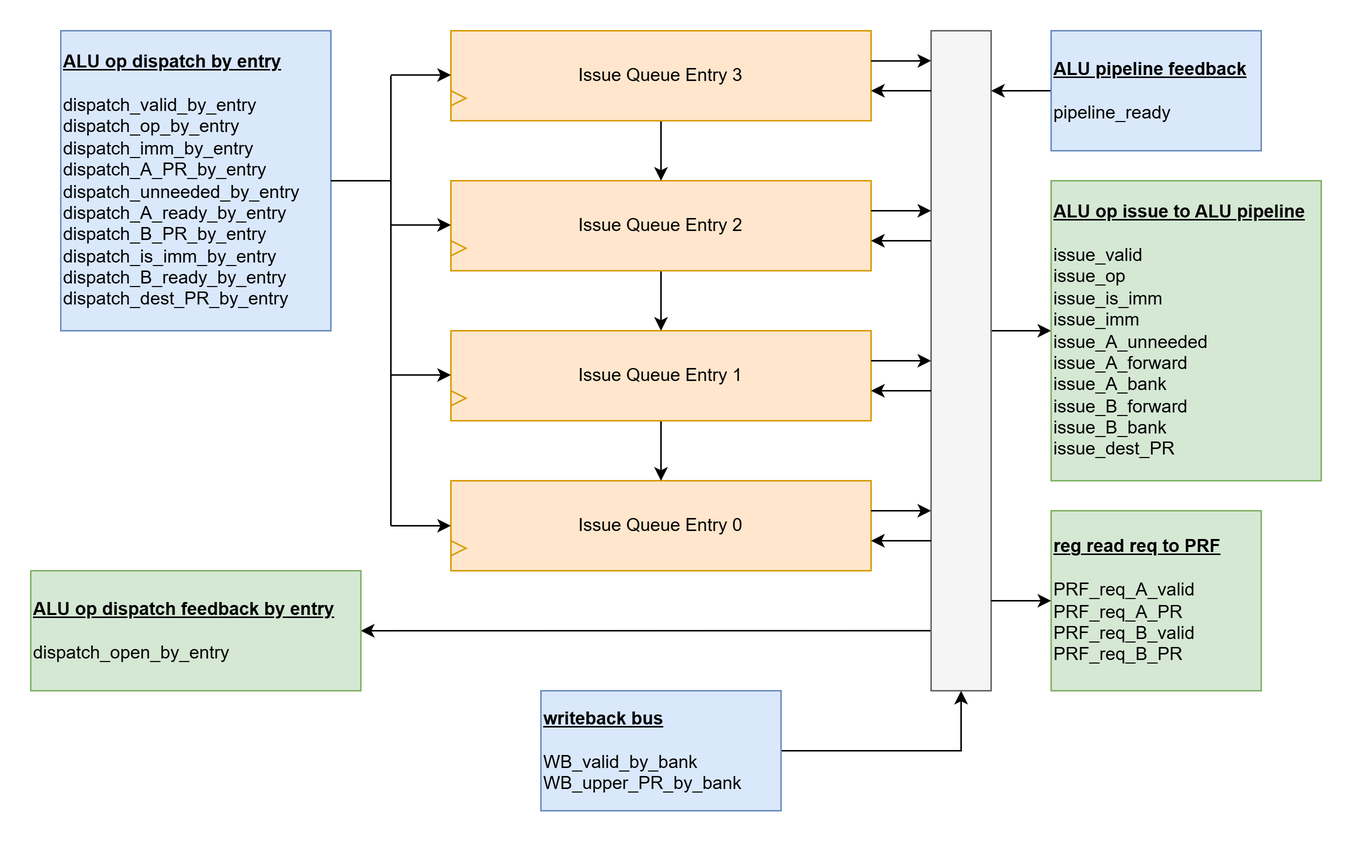
Earlier version of the draw.io export spec/design/alu_iq/alu_iq_rtl.png (zlagpacan/LOROF). Source tidied: cells renumbered, new cells last; positions are measured from the earlier drawing's top-left corner, leaving out a move shared by most shapes. Its diagram source:
```xml
<mxGraphModel>
  <root>
    <mxCell id="0" />
    <mxCell id="1" parent="0" />
    <mxCell id="2" value="Issue Queue Entry 0" style="rounded=0;whiteSpace=wrap;html=1;fillColor=#ffe6cc;strokeColor=#d79b00;" parent="1" vertex="1">
      <mxGeometry x="280" y="300" width="280" height="60" as="geometry" />
    </mxCell>
    <mxCell id="3" style="endArrow=classic;html=1;rounded=0;entryX=0;entryY=0.5;entryDx=0;entryDy=0;" parent="1" edge="1" target="2">
      <mxGeometry relative="1" as="geometry">
        <mxPoint x="240" y="330" as="sourcePoint" />
      </mxGeometry>
    </mxCell>
    <mxCell id="4" style="triangle;whiteSpace=wrap;html=1;fillColor=#ffe6cc;strokeColor=#d79b00;" parent="1" vertex="1">
      <mxGeometry x="280" y="340" width="10" height="10" as="geometry" />
    </mxCell>
    <mxCell id="5" style="edgeStyle=orthogonalEdgeStyle;rounded=0;jettySize=auto;html=1;exitX=0.5;exitY=1;exitDx=0;exitDy=0;entryX=0.5;entryY=0;entryDx=0;entryDy=0;" parent="1" edge="1" source="6" target="2">
      <mxGeometry relative="1" as="geometry" />
    </mxCell>
    <mxCell id="6" value="Issue Queue Entry 1" style="rounded=0;whiteSpace=wrap;html=1;fillColor=#ffe6cc;strokeColor=#d79b00;" parent="1" vertex="1">
      <mxGeometry x="280" y="200" width="280" height="60" as="geometry" />
    </mxCell>
    <mxCell id="7" style="triangle;whiteSpace=wrap;html=1;fillColor=#ffe6cc;strokeColor=#d79b00;" parent="1" vertex="1">
      <mxGeometry x="280" y="240" width="10" height="10" as="geometry" />
    </mxCell>
    <mxCell id="8" style="edgeStyle=orthogonalEdgeStyle;rounded=0;jettySize=auto;html=1;exitX=0.5;exitY=1;exitDx=0;exitDy=0;entryX=0.5;entryY=0;entryDx=0;entryDy=0;" parent="1" edge="1" source="9" target="6">
      <mxGeometry relative="1" as="geometry" />
    </mxCell>
    <mxCell id="9" value="Issue Queue Entry 2" style="rounded=0;whiteSpace=wrap;html=1;fillColor=#ffe6cc;strokeColor=#d79b00;" parent="1" vertex="1">
      <mxGeometry x="280" y="100" width="280" height="60" as="geometry" />
    </mxCell>
    <mxCell id="10" style="triangle;whiteSpace=wrap;html=1;fillColor=#ffe6cc;strokeColor=#d79b00;" parent="1" vertex="1">
      <mxGeometry x="280" y="140" width="10" height="10" as="geometry" />
    </mxCell>
    <mxCell id="11" style="edgeStyle=orthogonalEdgeStyle;rounded=0;jettySize=auto;html=1;exitX=0.5;exitY=1;exitDx=0;exitDy=0;entryX=0.5;entryY=0;entryDx=0;entryDy=0;" parent="1" edge="1" source="12" target="9">
      <mxGeometry relative="1" as="geometry" />
    </mxCell>
    <mxCell id="12" value="Issue Queue Entry 3" style="rounded=0;whiteSpace=wrap;html=1;fillColor=#ffe6cc;strokeColor=#d79b00;" parent="1" vertex="1">
      <mxGeometry x="280" width="280" height="60" as="geometry" />
    </mxCell>
    <mxCell id="13" style="triangle;whiteSpace=wrap;html=1;fillColor=#ffe6cc;strokeColor=#d79b00;" parent="1" vertex="1">
      <mxGeometry x="280" y="40" width="10" height="10" as="geometry" />
    </mxCell>
    <mxCell id="14" style="endArrow=classic;html=1;rounded=0;entryX=0;entryY=0.5;entryDx=0;entryDy=0;" parent="1" edge="1">
      <mxGeometry relative="1" as="geometry">
        <mxPoint x="240" y="229.5" as="sourcePoint" />
        <mxPoint x="280" y="229.5" as="targetPoint" />
      </mxGeometry>
    </mxCell>
    <mxCell id="15" style="endArrow=classic;html=1;rounded=0;entryX=0;entryY=0.5;entryDx=0;entryDy=0;" parent="1" edge="1">
      <mxGeometry relative="1" as="geometry">
        <mxPoint x="240" y="129.5" as="sourcePoint" />
        <mxPoint x="280" y="129.5" as="targetPoint" />
      </mxGeometry>
    </mxCell>
    <mxCell id="16" style="endArrow=classic;html=1;rounded=0;entryX=0;entryY=0.5;entryDx=0;entryDy=0;" parent="1" edge="1">
      <mxGeometry relative="1" as="geometry">
        <mxPoint x="240" y="29.5" as="sourcePoint" />
        <mxPoint x="280" y="29.5" as="targetPoint" />
      </mxGeometry>
    </mxCell>
    <mxCell id="17" style="edgeStyle=orthogonalEdgeStyle;rounded=0;jettySize=auto;html=1;entryX=1;entryY=0.5;entryDx=0;entryDy=0;exitX=0;exitY=0.909;exitDx=0;exitDy=0;exitPerimeter=0;" parent="1" edge="1" source="19" target="33">
      <mxGeometry relative="1" as="geometry" />
    </mxCell>
    <mxCell id="18" style="edgeStyle=orthogonalEdgeStyle;rounded=0;jettySize=auto;html=1;entryX=0;entryY=0.5;entryDx=0;entryDy=0;" parent="1" edge="1" target="36">
      <mxGeometry relative="1" as="geometry">
        <mxPoint x="640" y="200" as="sourcePoint" />
        <Array as="points">
          <mxPoint x="680" y="200" />
          <mxPoint x="680" y="200" />
        </Array>
      </mxGeometry>
    </mxCell>
    <mxCell id="19" style="rounded=0;whiteSpace=wrap;html=1;fillColor=#f5f5f5;fontColor=#333333;strokeColor=#666666;" parent="1" vertex="1">
      <mxGeometry x="600" width="40" height="440" as="geometry" />
    </mxCell>
    <mxCell id="20" style="edgeStyle=orthogonalEdgeStyle;rounded=0;orthogonalLoop=1;jettySize=auto;html=1;exitX=1;exitY=0.5;exitDx=0;exitDy=0;" parent="1" edge="1">
      <mxGeometry relative="1" as="geometry">
        <mxPoint x="560" y="20.1" as="sourcePoint" />
        <mxPoint x="600" y="20" as="targetPoint" />
        <Array as="points">
          <mxPoint x="590" y="20.1" />
          <mxPoint x="590" y="20.1" />
        </Array>
      </mxGeometry>
    </mxCell>
    <mxCell id="21" style="edgeStyle=orthogonalEdgeStyle;rounded=0;orthogonalLoop=1;jettySize=auto;html=1;" parent="1" edge="1">
      <mxGeometry relative="1" as="geometry">
        <mxPoint x="600" y="40" as="sourcePoint" />
        <mxPoint x="560" y="40" as="targetPoint" />
        <Array as="points">
          <mxPoint x="560" y="40" />
          <mxPoint x="560" y="40" />
        </Array>
      </mxGeometry>
    </mxCell>
    <mxCell id="22" style="edgeStyle=orthogonalEdgeStyle;rounded=0;orthogonalLoop=1;jettySize=auto;html=1;exitX=1;exitY=0.5;exitDx=0;exitDy=0;" parent="1" edge="1">
      <mxGeometry relative="1" as="geometry">
        <mxPoint x="560" y="120" as="sourcePoint" />
        <mxPoint x="600" y="120" as="targetPoint" />
        <Array as="points">
          <mxPoint x="590" y="120" />
          <mxPoint x="590" y="120" />
        </Array>
      </mxGeometry>
    </mxCell>
    <mxCell id="23" style="edgeStyle=orthogonalEdgeStyle;rounded=0;orthogonalLoop=1;jettySize=auto;html=1;" parent="1" edge="1">
      <mxGeometry relative="1" as="geometry">
        <mxPoint x="600" y="140" as="sourcePoint" />
        <mxPoint x="560" y="140" as="targetPoint" />
        <Array as="points">
          <mxPoint x="560" y="140" />
          <mxPoint x="560" y="140" />
        </Array>
      </mxGeometry>
    </mxCell>
    <mxCell id="24" style="edgeStyle=orthogonalEdgeStyle;rounded=0;orthogonalLoop=1;jettySize=auto;html=1;" parent="1" edge="1">
      <mxGeometry relative="1" as="geometry">
        <mxPoint x="560" y="220" as="sourcePoint" />
        <mxPoint x="600" y="220" as="targetPoint" />
        <Array as="points">
          <mxPoint x="590" y="219.8" />
          <mxPoint x="590" y="219.8" />
        </Array>
      </mxGeometry>
    </mxCell>
    <mxCell id="25" style="edgeStyle=orthogonalEdgeStyle;rounded=0;orthogonalLoop=1;jettySize=auto;html=1;" parent="1" edge="1">
      <mxGeometry relative="1" as="geometry">
        <mxPoint x="600" y="240" as="sourcePoint" />
        <mxPoint x="560" y="240" as="targetPoint" />
        <Array as="points">
          <mxPoint x="560" y="239.8" />
          <mxPoint x="560" y="239.8" />
        </Array>
      </mxGeometry>
    </mxCell>
    <mxCell id="26" style="edgeStyle=orthogonalEdgeStyle;rounded=0;orthogonalLoop=1;jettySize=auto;html=1;" parent="1" edge="1">
      <mxGeometry relative="1" as="geometry">
        <mxPoint x="560" y="320" as="sourcePoint" />
        <mxPoint x="600" y="320" as="targetPoint" />
        <Array as="points">
          <mxPoint x="590" y="319.7" />
          <mxPoint x="590" y="319.7" />
        </Array>
      </mxGeometry>
    </mxCell>
    <mxCell id="27" style="edgeStyle=orthogonalEdgeStyle;rounded=0;orthogonalLoop=1;jettySize=auto;html=1;" parent="1" edge="1">
      <mxGeometry relative="1" as="geometry">
        <mxPoint x="600" y="340" as="sourcePoint" />
        <mxPoint x="560" y="340" as="targetPoint" />
        <Array as="points">
          <mxPoint x="560" y="339.7" />
          <mxPoint x="560" y="339.7" />
        </Array>
      </mxGeometry>
    </mxCell>
    <mxCell id="28" value="&lt;u&gt;&lt;b&gt;ALU op dispatch by entry&lt;/b&gt;&lt;/u&gt;&lt;div&gt;&lt;br&gt;&lt;/div&gt;&lt;div&gt;dispatch_valid_by_entry&lt;/div&gt;&lt;div&gt;dispatch_op_by_entry&lt;/div&gt;&lt;div&gt;dispatch_imm_by_entry&lt;/div&gt;&lt;div&gt;dispatch_A_PR_by_entry&lt;/div&gt;&lt;div&gt;dispatch_unneeded_by_entry&lt;/div&gt;&lt;div&gt;dispatch_A_ready_by_entry&lt;/div&gt;&lt;div&gt;dispatch_B_PR_by_entry&lt;/div&gt;&lt;div&gt;dispatch_is_imm_by_entry&lt;/div&gt;&lt;div&gt;dispatch_B_ready_by_entry&lt;/div&gt;&lt;div&gt;dispatch_dest_PR_by_entry&lt;/div&gt;" style="text;html=1;align=left;verticalAlign=middle;whiteSpace=wrap;rounded=0;fillColor=#dae8fc;strokeColor=#6c8ebf;" parent="1" vertex="1">
      <mxGeometry x="20" width="180" height="200" as="geometry" />
    </mxCell>
    <mxCell id="29" style="endArrow=none;html=1;rounded=0;" parent="1" edge="1">
      <mxGeometry relative="1" as="geometry">
        <mxPoint x="240" y="330" as="sourcePoint" />
        <mxPoint x="240" y="30" as="targetPoint" />
      </mxGeometry>
    </mxCell>
    <mxCell id="30" style="endArrow=none;html=1;rounded=0;exitX=1;exitY=0.5;exitDx=0;exitDy=0;" parent="1" edge="1" source="28">
      <mxGeometry relative="1" as="geometry">
        <mxPoint x="240" y="100" as="targetPoint" />
      </mxGeometry>
    </mxCell>
    <mxCell id="31" style="edgeStyle=orthogonalEdgeStyle;rounded=0;jettySize=auto;html=1;exitX=0;exitY=0.5;exitDx=0;exitDy=0;entryX=1;entryY=0.091;entryDx=0;entryDy=0;entryPerimeter=0;" parent="1" edge="1" source="32" target="19">
      <mxGeometry relative="1" as="geometry">
        <Array as="points">
          <mxPoint x="680" y="40" />
          <mxPoint x="680" y="40" />
        </Array>
      </mxGeometry>
    </mxCell>
    <mxCell id="32" value="&lt;b&gt;&lt;u&gt;ALU pipeline feedback&lt;/u&gt;&lt;/b&gt;&lt;div&gt;&lt;b&gt;&lt;u&gt;&lt;br&gt;&lt;/u&gt;&lt;/b&gt;&lt;/div&gt;&lt;div&gt;pipeline_ready&lt;/div&gt;" style="text;html=1;align=left;verticalAlign=middle;whiteSpace=wrap;rounded=0;fillColor=#dae8fc;strokeColor=#6c8ebf;" parent="1" vertex="1">
      <mxGeometry x="680" width="140" height="80" as="geometry" />
    </mxCell>
    <mxCell id="33" value="&lt;b&gt;&lt;u&gt;ALU op dispatch feedback by entry&lt;/u&gt;&lt;/b&gt;&lt;div&gt;&lt;b&gt;&lt;u&gt;&lt;br&gt;&lt;/u&gt;&lt;/b&gt;&lt;/div&gt;&lt;div&gt;dispatch_open_by_entry&lt;/div&gt;" style="text;html=1;align=left;verticalAlign=middle;whiteSpace=wrap;rounded=0;fillColor=#d5e8d4;strokeColor=#82b366;" parent="1" vertex="1">
      <mxGeometry y="360" width="220" height="80" as="geometry" />
    </mxCell>
    <mxCell id="34" style="edgeStyle=orthogonalEdgeStyle;rounded=0;jettySize=auto;html=1;exitX=1;exitY=0.5;exitDx=0;exitDy=0;entryX=0.5;entryY=1;entryDx=0;entryDy=0;" parent="1" edge="1" source="35" target="19">
      <mxGeometry relative="1" as="geometry" />
    </mxCell>
    <mxCell id="35" value="&lt;div&gt;&lt;b&gt;&lt;u&gt;writeback bus&lt;/u&gt;&lt;/b&gt;&lt;/div&gt;&lt;div&gt;&lt;b&gt;&lt;u&gt;&lt;br&gt;&lt;/u&gt;&lt;/b&gt;&lt;/div&gt;&lt;div&gt;WB_valid_by_bank&lt;/div&gt;&lt;div&gt;WB_upper_PR_by_bank&lt;/div&gt;" style="text;html=1;align=left;verticalAlign=middle;whiteSpace=wrap;rounded=0;fillColor=#dae8fc;strokeColor=#6c8ebf;" parent="1" vertex="1">
      <mxGeometry x="340" y="440" width="160" height="80" as="geometry" />
    </mxCell>
    <mxCell id="36" value="&lt;u&gt;&lt;b&gt;ALU op issue to ALU pipeline&lt;/b&gt;&lt;/u&gt;&lt;div&gt;&lt;br&gt;&lt;/div&gt;&lt;div&gt;issue_valid&lt;/div&gt;&lt;div&gt;issue_op&lt;/div&gt;issue_is_imm&lt;div&gt;issue_imm&lt;/div&gt;&lt;div&gt;issue_A_unneeded&lt;/div&gt;&lt;div&gt;issue_A_forward&lt;/div&gt;&lt;div&gt;issue_A_bank&lt;/div&gt;&lt;div&gt;issue_B_forward&lt;/div&gt;&lt;div&gt;issue_B_bank&lt;/div&gt;&lt;div&gt;issue_dest_PR&lt;/div&gt;" style="text;html=1;align=left;verticalAlign=middle;whiteSpace=wrap;rounded=0;fillColor=#d5e8d4;strokeColor=#82b366;" parent="1" vertex="1">
      <mxGeometry x="680" y="100" width="180" height="200" as="geometry" />
    </mxCell>
    <mxCell id="37" value="&lt;b&gt;&lt;u&gt;reg read req to PRF&lt;/u&gt;&lt;/b&gt;&lt;div&gt;&lt;b&gt;&lt;u&gt;&lt;br&gt;&lt;/u&gt;&lt;/b&gt;&lt;/div&gt;&lt;div&gt;PRF_req_A_valid&lt;/div&gt;&lt;div&gt;PRF_req_A_PR&lt;/div&gt;&lt;div&gt;PRF_req_B_valid&lt;/div&gt;&lt;div&gt;PRF_req_B_PR&lt;/div&gt;" style="text;html=1;align=left;verticalAlign=middle;whiteSpace=wrap;rounded=0;fillColor=#d5e8d4;strokeColor=#82b366;" parent="1" vertex="1">
      <mxGeometry x="680" y="320" width="140" height="120" as="geometry" />
    </mxCell>
    <mxCell id="38" style="endArrow=classic;html=1;rounded=0;entryX=0;entryY=0.5;entryDx=0;entryDy=0;" parent="1" edge="1" target="37">
      <mxGeometry relative="1" as="geometry">
        <mxPoint x="640" y="380" as="sourcePoint" />
      </mxGeometry>
    </mxCell>
  </root>
</mxGraphModel>
```
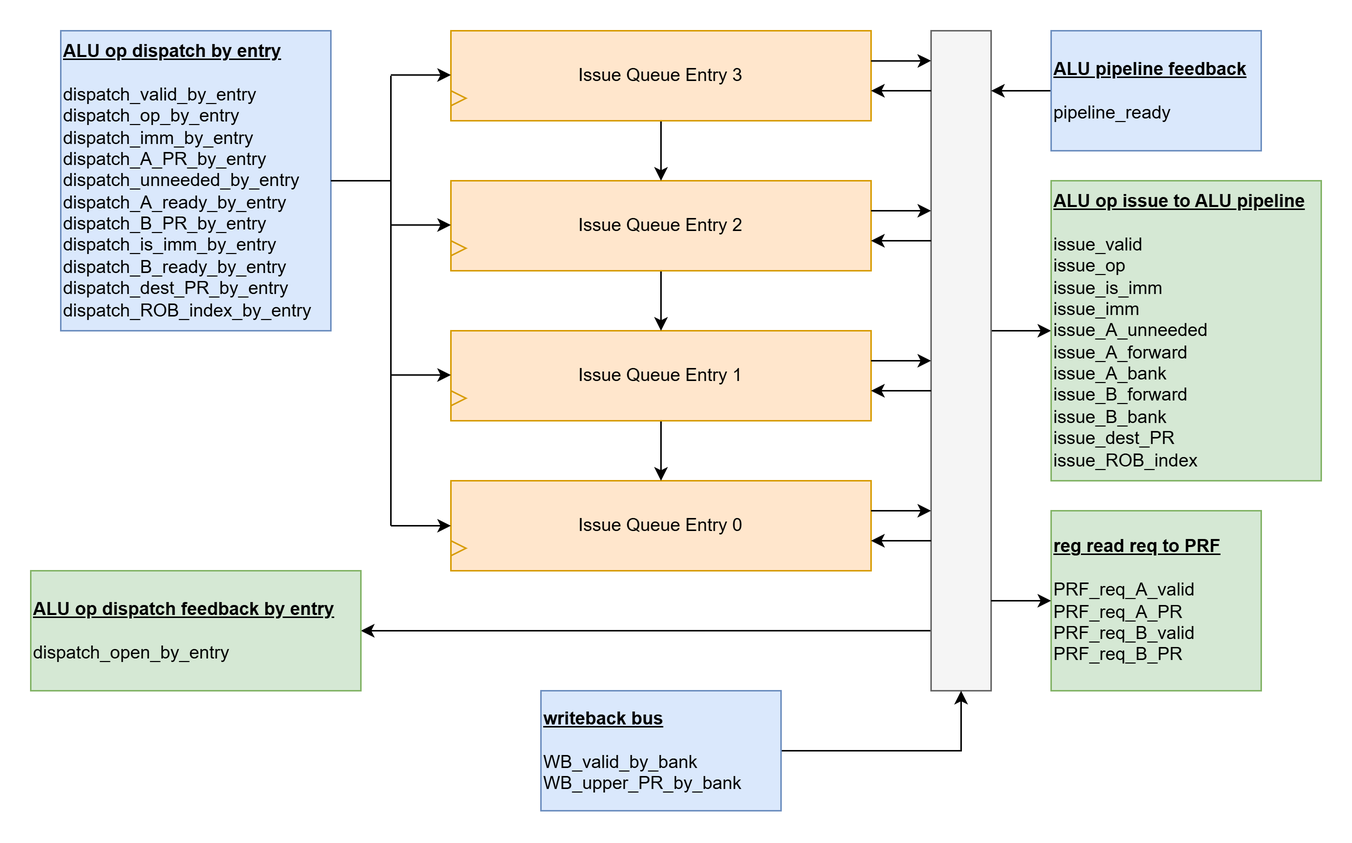
The same diagram one commit later.

Diff of the diagram source:
```diff
@@ -153,7 +153,7 @@
         </Array>
       </mxGeometry>
     </mxCell>
-    <mxCell id="28" value="&lt;u&gt;&lt;b&gt;ALU op dispatch by entry&lt;/b&gt;&lt;/u&gt;&lt;div&gt;&lt;br&gt;&lt;/div&gt;&lt;div&gt;dispatch_valid_by_entry&lt;/div&gt;&lt;div&gt;dispatch_op_by_entry&lt;/div&gt;&lt;div&gt;dispatch_imm_by_entry&lt;/div&gt;&lt;div&gt;dispatch_A_PR_by_entry&lt;/div&gt;&lt;div&gt;dispatch_unneeded_by_entry&lt;/div&gt;&lt;div&gt;dispatch_A_ready_by_entry&lt;/div&gt;&lt;div&gt;dispatch_B_PR_by_entry&lt;/div&gt;&lt;div&gt;dispatch_is_imm_by_entry&lt;/div&gt;&lt;div&gt;dispatch_B_ready_by_entry&lt;/div&gt;&lt;div&gt;dispatch_dest_PR_by_entry&lt;/div&gt;" style="text;html=1;align=left;verticalAlign=middle;whiteSpace=wrap;rounded=0;fillColor=#dae8fc;strokeColor=#6c8ebf;" parent="1" vertex="1">
+    <mxCell id="28" value="&lt;u&gt;&lt;b&gt;ALU op dispatch by entry&lt;/b&gt;&lt;/u&gt;&lt;div&gt;&lt;br&gt;&lt;/div&gt;&lt;div&gt;dispatch_valid_by_entry&lt;/div&gt;&lt;div&gt;dispatch_op_by_entry&lt;/div&gt;&lt;div&gt;dispatch_imm_by_entry&lt;/div&gt;&lt;div&gt;dispatch_A_PR_by_entry&lt;/div&gt;&lt;div&gt;dispatch_unneeded_by_entry&lt;/div&gt;&lt;div&gt;dispatch_A_ready_by_entry&lt;/div&gt;&lt;div&gt;dispatch_B_PR_by_entry&lt;/div&gt;&lt;div&gt;dispatch_is_imm_by_entry&lt;/div&gt;&lt;div&gt;dispatch_B_ready_by_entry&lt;/div&gt;&lt;div&gt;dispatch_dest_PR_by_entry&lt;/div&gt;&lt;div&gt;dispatch_ROB_index_by_entry&lt;/div&gt;" style="text;html=1;align=left;verticalAlign=middle;whiteSpace=wrap;rounded=0;fillColor=#dae8fc;strokeColor=#6c8ebf;" parent="1" vertex="1">
       <mxGeometry x="20" width="180" height="200" as="geometry" />
     </mxCell>
     <mxCell id="29" style="endArrow=none;html=1;rounded=0;" parent="1" edge="1">
@@ -187,7 +187,7 @@
     <mxCell id="35" value="&lt;div&gt;&lt;b&gt;&lt;u&gt;writeback bus&lt;/u&gt;&lt;/b&gt;&lt;/div&gt;&lt;div&gt;&lt;b&gt;&lt;u&gt;&lt;br&gt;&lt;/u&gt;&lt;/b&gt;&lt;/div&gt;&lt;div&gt;WB_valid_by_bank&lt;/div&gt;&lt;div&gt;WB_upper_PR_by_bank&lt;/div&gt;" style="text;html=1;align=left;verticalAlign=middle;whiteSpace=wrap;rounded=0;fillColor=#dae8fc;strokeColor=#6c8ebf;" parent="1" vertex="1">
       <mxGeometry x="340" y="440" width="160" height="80" as="geometry" />
     </mxCell>
-    <mxCell id="36" value="&lt;u&gt;&lt;b&gt;ALU op issue to ALU pipeline&lt;/b&gt;&lt;/u&gt;&lt;div&gt;&lt;br&gt;&lt;/div&gt;&lt;div&gt;issue_valid&lt;/div&gt;&lt;div&gt;issue_op&lt;/div&gt;issue_is_imm&lt;div&gt;issue_imm&lt;/div&gt;&lt;div&gt;issue_A_unneeded&lt;/div&gt;&lt;div&gt;issue_A_forward&lt;/div&gt;&lt;div&gt;issue_A_bank&lt;/div&gt;&lt;div&gt;issue_B_forward&lt;/div&gt;&lt;div&gt;issue_B_bank&lt;/div&gt;&lt;div&gt;issue_dest_PR&lt;/div&gt;" style="text;html=1;align=left;verticalAlign=middle;whiteSpace=wrap;rounded=0;fillColor=#d5e8d4;strokeColor=#82b366;" parent="1" vertex="1">
+    <mxCell id="36" value="&lt;u&gt;&lt;b&gt;ALU op issue to ALU pipeline&lt;/b&gt;&lt;/u&gt;&lt;div&gt;&lt;br&gt;&lt;/div&gt;&lt;div&gt;issue_valid&lt;/div&gt;&lt;div&gt;issue_op&lt;/div&gt;issue_is_imm&lt;div&gt;issue_imm&lt;/div&gt;&lt;div&gt;issue_A_unneeded&lt;/div&gt;&lt;div&gt;issue_A_forward&lt;/div&gt;&lt;div&gt;issue_A_bank&lt;/div&gt;&lt;div&gt;issue_B_forward&lt;/div&gt;&lt;div&gt;issue_B_bank&lt;/div&gt;&lt;div&gt;issue_dest_PR&lt;/div&gt;&lt;div&gt;issue_ROB_index&lt;/div&gt;" style="text;html=1;align=left;verticalAlign=middle;whiteSpace=wrap;rounded=0;fillColor=#d5e8d4;strokeColor=#82b366;" parent="1" vertex="1">
       <mxGeometry x="680" y="100" width="180" height="200" as="geometry" />
     </mxCell>
     <mxCell id="37" value="&lt;b&gt;&lt;u&gt;reg read req to PRF&lt;/u&gt;&lt;/b&gt;&lt;div&gt;&lt;b&gt;&lt;u&gt;&lt;br&gt;&lt;/u&gt;&lt;/b&gt;&lt;/div&gt;&lt;div&gt;PRF_req_A_valid&lt;/div&gt;&lt;div&gt;PRF_req_A_PR&lt;/div&gt;&lt;div&gt;PRF_req_B_valid&lt;/div&gt;&lt;div&gt;PRF_req_B_PR&lt;/div&gt;" style="text;html=1;align=left;verticalAlign=middle;whiteSpace=wrap;rounded=0;fillColor=#d5e8d4;strokeColor=#82b366;" parent="1" vertex="1">
```
